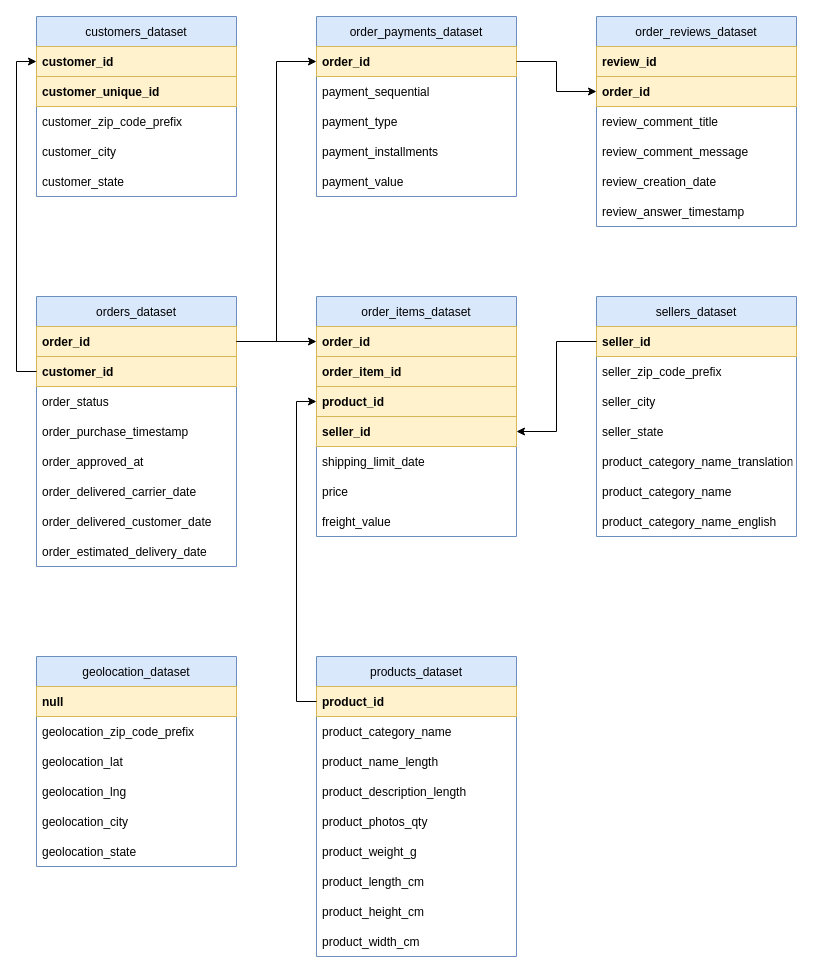
Above: Diagramme sans nom.drawio in bedii23/Python (draw.io), before the change. Source tidied: cells renumbered, new cells numbered last; positions are measured from the earlier drawing's top-left corner, leaving out a move shared by most shapes. Both pictures are drawn from the tidied source at 100%, with x=0, y=0 at pixel (36, 16).
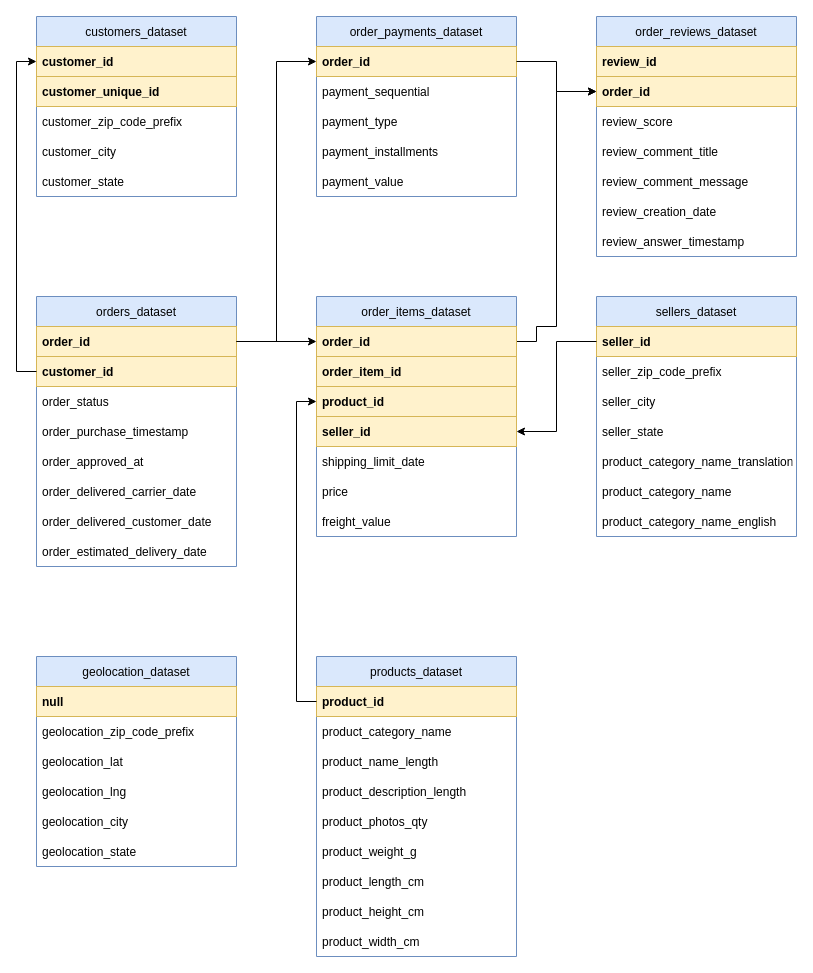
Above is the later version.

Commit message:
Mettre à jour Diagramme sans nom.drawio

Unchanged cells that the change refers to:
```xml
<mxCell id="23" value="order_id" style="text;strokeColor=#d6b656;fillColor=#fff2cc;align=left;verticalAlign=middle;spacingLeft=4;spacingRight=4;overflow=hidden;points=[[0,0.5],[1,0.5]];portConstraint=eastwest;fontStyle=1;fontSize=12;" parent="21" vertex="1">
  <mxGeometry y="60" width="200" height="30" as="geometry" />
</mxCell>
<mxCell id="57" value="order_id" style="text;strokeColor=#d6b656;fillColor=#fff2cc;align=left;verticalAlign=middle;spacingLeft=4;spacingRight=4;overflow=hidden;points=[[0,0.5],[1,0.5]];portConstraint=eastwest;fontStyle=1;fontSize=12;" parent="56" vertex="1">
  <mxGeometry y="30" width="200" height="30" as="geometry" />
</mxCell>
```

The edit, as a diff of the source:
```diff
@@
     <mxCell id="21" value="order_reviews_dataset" style="swimlane;fontStyle=0;horizontal=1;startSize=30;fillColor=#dae8fc;strokeColor=#6c8ebf;" parent="1" vertex="1">
-      <mxGeometry x="560" width="200" height="210" as="geometry" />
+      <mxGeometry x="560" width="200" height="240" as="geometry" />
     </mxCell>
@@
+    <mxCell id="70" value="review_score" style="text;strokeColor=none;fillColor=none;align=left;verticalAlign=middle;spacingLeft=4;spacingRight=4;overflow=hidden;" parent="21" vertex="1">
+      <mxGeometry y="90" width="200" height="30" as="geometry" />
+    </mxCell>
     <mxCell id="24" value="review_comment_title" style="text;strokeColor=none;fillColor=none;align=left;verticalAlign=middle;spacingLeft=4;spacingRight=4;overflow=hidden;" parent="21" vertex="1">
-      <mxGeometry y="90" width="200" height="30" as="geometry" />
+      <mxGeometry y="120" width="200" height="30" as="geometry" />
     </mxCell>
     <mxCell id="25" value="review_comment_message" style="text;strokeColor=none;fillColor=none;align=left;verticalAlign=middle;spacingLeft=4;spacingRight=4;overflow=hidden;" parent="21" vertex="1">
-      <mxGeometry y="120" width="200" height="30" as="geometry" />
+      <mxGeometry y="150" width="200" height="30" as="geometry" />
     </mxCell>
     <mxCell id="26" value="review_creation_date" style="text;strokeColor=none;fillColor=none;align=left;verticalAlign=middle;spacingLeft=4;spacingRight=4;overflow=hidden;" parent="21" vertex="1">
-      <mxGeometry y="150" width="200" height="30" as="geometry" />
+      <mxGeometry y="180" width="200" height="30" as="geometry" />
     </mxCell>
     <mxCell id="27" value="review_answer_timestamp" style="text;strokeColor=none;fillColor=none;align=left;verticalAlign=middle;spacingLeft=4;spacingRight=4;overflow=hidden;" parent="21" vertex="1">
-      <mxGeometry y="180" width="200" height="30" as="geometry" />
+      <mxGeometry y="210" width="200" height="30" as="geometry" />
     </mxCell>
@@
+    <mxCell id="71" style="edgeStyle=orthogonalEdgeStyle;rounded=0;jettySize=auto;html=1;exitX=1;exitY=0.5;exitDx=0;exitDy=0;" parent="1" edge="1" source="57" target="23">
+      <mxGeometry relative="1" as="geometry">
+        <Array as="points">
+          <mxPoint x="500" y="325" />
+          <mxPoint x="500" y="310" />
+          <mxPoint x="520" y="310" />
+          <mxPoint x="520" y="75" />
+        </Array>
+      </mxGeometry>
+    </mxCell>
```
